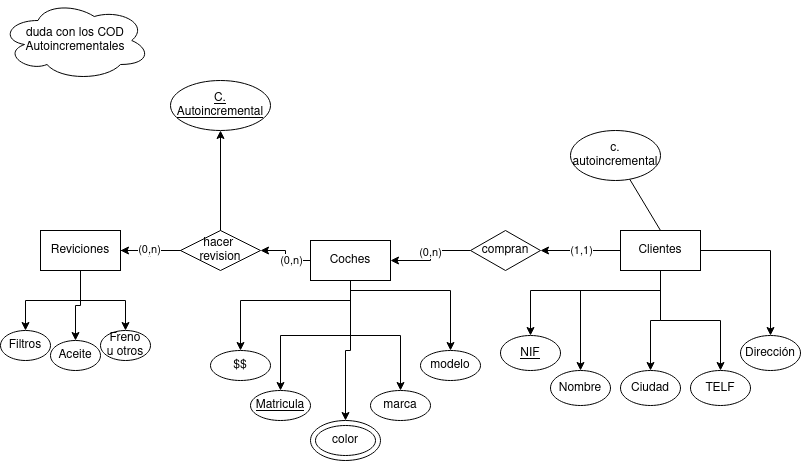
Before: Ejercicios/images/Diagrama_BAE_E3.drawio.png, a diagram exported from draw.io (adogonz23/BAE). Source tidied: cells renumbered, new cells last; positions are measured from the earlier drawing's top-left corner, leaving out a move shared by most shapes.
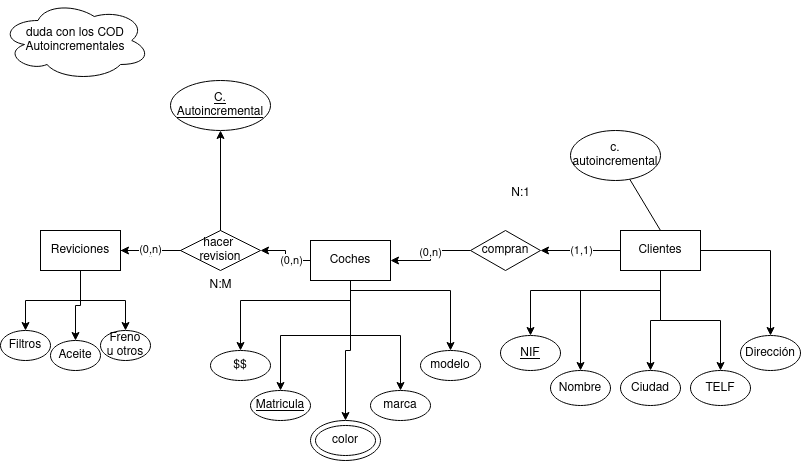
Above is the later version.

Diff of the diagram source:
```diff
@@ -162,5 +162,11 @@
         <mxPoint x="660" y="230" as="sourcePoint" />
       </mxGeometry>
     </mxCell>
+    <mxCell id="48" value="N:M" style="text;html=1;align=center;verticalAlign=middle;strokeColor=none;fillColor=none;" parent="1" vertex="1">
+      <mxGeometry x="195" y="270" width="50" height="30" as="geometry" />
+    </mxCell>
+    <mxCell id="49" value="N:1" style="text;html=1;align=center;verticalAlign=middle;strokeColor=none;fillColor=none;" parent="1" vertex="1">
+      <mxGeometry x="500" y="178" width="40" height="30" as="geometry" />
+    </mxCell>
   </root>
 </mxGraphModel>
```
